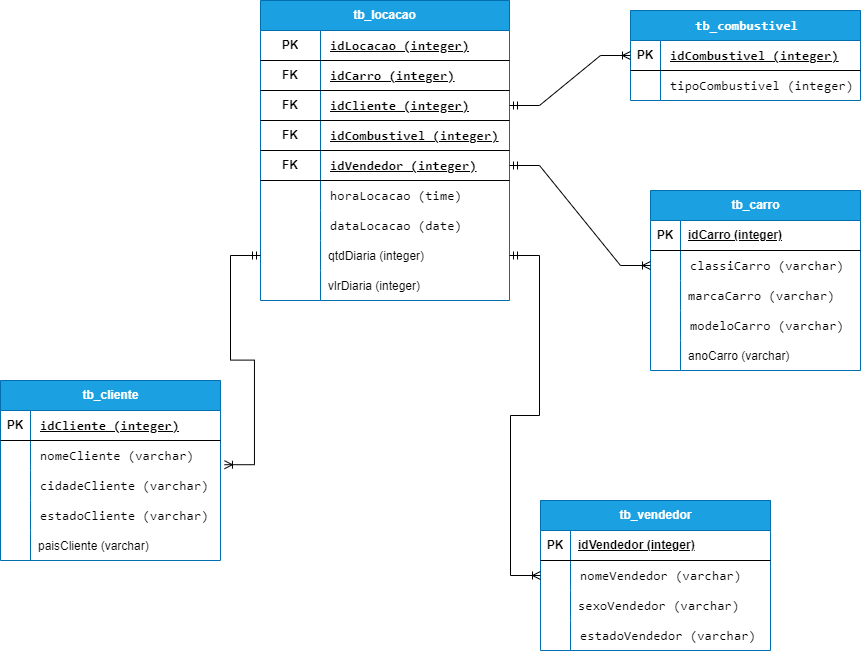
marialaceo/Estagio_Compasso keeps this draw.io diagram as Sprint_02/Desafio/modelo_relacional_fn_logico.drawio.png. Above is the earlier version. Source tidied: cells renumbered, new cells last; positions are measured from the earlier drawing's top-left corner, leaving out a move shared by most shapes.
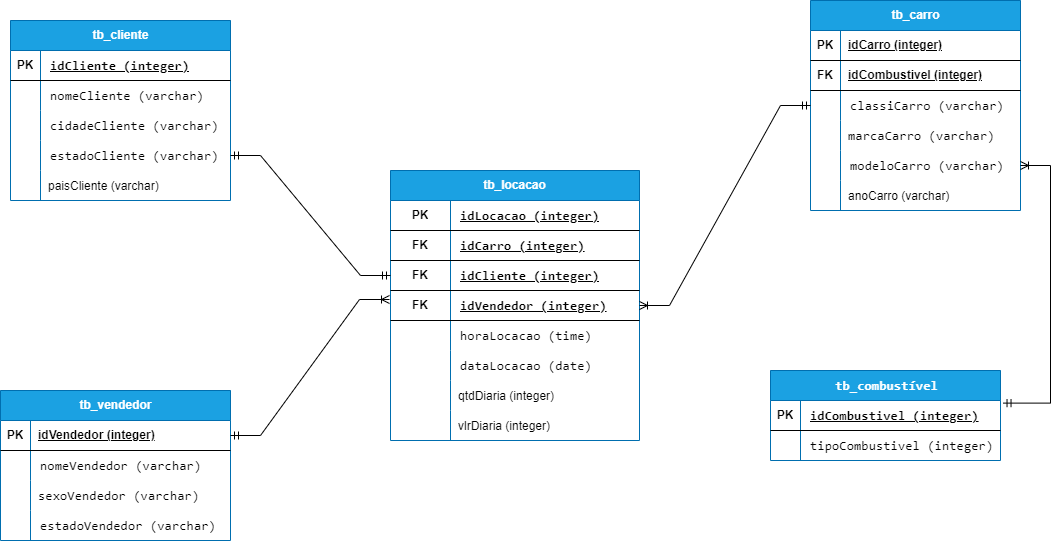
Above is the later version.

The edit, as a diff of the source:
```diff
@@ -3,7 +3,7 @@
     <mxCell id="0" />
     <mxCell id="1" parent="0" />
     <mxCell id="2" value="tb_locacao" style="shape=table;startSize=30;rowLines=0;fontStyle=1;align=center;html=1;whiteSpace=wrap;fillColor=#1ba1e2;fontColor=#ffffff;strokeColor=#006EAF;" parent="1" vertex="1">
-      <mxGeometry x="260" width="249" height="300" as="geometry" />
+      <mxGeometry y="250" width="249" height="270" as="geometry" />
     </mxCell>
     <mxCell id="3" style="shape=tableRow;horizontal=0;startSize=0;swimlaneHead=0;swimlaneBody=0;fillColor=none;top=0;left=0;right=0;bottom=1;" parent="2" vertex="1">
       <mxGeometry y="30" width="249" height="30" as="geometry" />
@@ -32,17 +32,8 @@
     <mxCell id="11" value="&lt;span style=&quot;padding: 0px 0px 0px 2px;&quot;&gt;&lt;span style=&quot;font-family: Consolas; font-size: 10pt; white-space: pre;&quot;&gt;&lt;span style=&quot;background-color: rgb(255, 255, 255);&quot;&gt;idCliente (integer)&lt;/span&gt;&lt;/span&gt;&lt;/span&gt;" style="shape=partialRectangle;fillColor=none;top=0;left=0;bottom=0;right=0;align=left;spacingLeft=6;fontStyle=5;overflow=hidden;whiteSpace=wrap;html=1;fontColor=default;" parent="9" vertex="1">
       <mxGeometry x="60" width="189" height="30" as="geometry" />
     </mxCell>
-    <mxCell id="12" style="shape=tableRow;horizontal=0;startSize=0;swimlaneHead=0;swimlaneBody=0;fillColor=none;top=0;left=0;right=0;bottom=1;" parent="2" vertex="1">
-      <mxGeometry y="120" width="249" height="30" as="geometry" />
-    </mxCell>
-    <mxCell id="13" value="FK" style="shape=partialRectangle;fillColor=none;top=0;left=0;bottom=0;right=0;fontStyle=1;overflow=hidden;whiteSpace=wrap;html=1;" parent="12" vertex="1">
-      <mxGeometry width="60" height="30" as="geometry" />
-    </mxCell>
-    <mxCell id="14" value="&lt;span style=&quot;padding: 0px 0px 0px 2px;&quot;&gt;&lt;span style=&quot;font-family: Consolas; font-size: 10pt; white-space: pre;&quot;&gt;&lt;span style=&quot;background-color: rgb(255, 255, 255);&quot;&gt;idCombustivel (integer)&lt;/span&gt;&lt;/span&gt;&lt;/span&gt;" style="shape=partialRectangle;fillColor=none;top=0;left=0;bottom=0;right=0;align=left;spacingLeft=6;fontStyle=5;overflow=hidden;whiteSpace=wrap;html=1;fontColor=default;" parent="12" vertex="1">
-      <mxGeometry x="60" width="189" height="30" as="geometry" />
-    </mxCell>
     <mxCell id="15" style="shape=tableRow;horizontal=0;startSize=0;swimlaneHead=0;swimlaneBody=0;fillColor=none;points=[[0,0.5],[1,0.5]];portConstraint=eastwest;top=0;left=0;right=0;bottom=1;labelBackgroundColor=#FFFFFF;" parent="2" vertex="1">
-      <mxGeometry y="150" width="249" height="30" as="geometry" />
+      <mxGeometry y="120" width="249" height="30" as="geometry" />
     </mxCell>
     <mxCell id="16" value="FK" style="shape=partialRectangle;fillColor=none;top=0;left=0;bottom=0;right=0;fontStyle=1;overflow=hidden;whiteSpace=wrap;html=1;" parent="15" vertex="1">
       <mxGeometry width="60" height="30" as="geometry" />
@@ -51,7 +42,7 @@
       <mxGeometry x="60" width="189" height="30" as="geometry" />
     </mxCell>
     <mxCell id="18" style="shape=tableRow;horizontal=0;startSize=0;swimlaneHead=0;swimlaneBody=0;fillColor=none;top=0;left=0;right=0;bottom=0;html=1;" parent="2" vertex="1">
-      <mxGeometry y="180" width="249" height="30" as="geometry" />
+      <mxGeometry y="150" width="249" height="30" as="geometry" />
     </mxCell>
     <mxCell id="19" style="shape=partialRectangle;fillColor=none;top=0;left=0;bottom=0;right=0;overflow=hidden;html=1;whiteSpace=wrap;" parent="18" vertex="1">
       <mxGeometry width="60" height="30" as="geometry" />
@@ -60,7 +51,7 @@
       <mxGeometry x="60" width="189" height="30" as="geometry" />
     </mxCell>
     <mxCell id="21" style="shape=tableRow;horizontal=0;startSize=0;swimlaneHead=0;swimlaneBody=0;fillColor=none;top=0;left=0;right=0;bottom=0;html=1;" parent="2" vertex="1">
-      <mxGeometry y="210" width="249" height="30" as="geometry" />
+      <mxGeometry y="180" width="249" height="30" as="geometry" />
     </mxCell>
     <mxCell id="22" style="shape=partialRectangle;fillColor=none;top=0;left=0;bottom=0;right=0;overflow=hidden;html=1;whiteSpace=wrap;" parent="21" vertex="1">
       <mxGeometry width="60" height="30" as="geometry" />
@@ -69,7 +60,7 @@
       <mxGeometry x="60" width="189" height="30" as="geometry" />
     </mxCell>
     <mxCell id="24" style="shape=tableRow;horizontal=0;startSize=0;swimlaneHead=0;swimlaneBody=0;fillColor=none;points=[[0,0.5],[1,0.5]];portConstraint=eastwest;top=0;left=0;right=0;bottom=0;" parent="2" vertex="1">
-      <mxGeometry y="240" width="249" height="30" as="geometry" />
+      <mxGeometry y="210" width="249" height="30" as="geometry" />
     </mxCell>
     <mxCell id="25" style="shape=partialRectangle;fillColor=none;top=0;left=0;bottom=0;right=0;overflow=hidden;" parent="24" vertex="1">
       <mxGeometry width="60" height="30" as="geometry" />
@@ -78,7 +69,7 @@
       <mxGeometry x="60" width="189" height="30" as="geometry" />
     </mxCell>
     <mxCell id="27" style="shape=tableRow;horizontal=0;startSize=0;swimlaneHead=0;swimlaneBody=0;fillColor=none;top=0;left=0;right=0;bottom=0;" parent="2" vertex="1">
-      <mxGeometry y="270" width="249" height="30" as="geometry" />
+      <mxGeometry y="240" width="249" height="30" as="geometry" />
     </mxCell>
     <mxCell id="28" style="shape=partialRectangle;fillColor=none;top=0;left=0;bottom=0;right=0;overflow=hidden;" parent="27" vertex="1">
       <mxGeometry width="60" height="30" as="geometry" />
@@ -87,7 +78,7 @@
       <mxGeometry x="60" width="189" height="30" as="geometry" />
     </mxCell>
     <mxCell id="30" value="&lt;font color=&quot;#ffffff&quot;&gt;tb_cliente&lt;/font&gt;" style="shape=table;startSize=30;rowLines=0;fontStyle=1;align=center;html=1;fillColor=#1ba1e2;fontColor=#000000;strokeColor=#006EAF;" parent="1" vertex="1">
-      <mxGeometry y="380" width="220" height="180" as="geometry" />
+      <mxGeometry x="-380" y="100" width="220" height="180" as="geometry" />
     </mxCell>
     <mxCell id="31" style="shape=tableRow;horizontal=0;startSize=0;swimlaneHead=0;swimlaneBody=0;fillColor=none;top=0;left=0;right=0;bottom=1;" parent="30" vertex="1">
       <mxGeometry y="30" width="220" height="30" as="geometry" />
@@ -134,8 +125,8 @@
     <mxCell id="45" value="paisCliente (varchar)" style="shape=partialRectangle;fillColor=none;top=0;left=0;bottom=0;right=0;align=left;spacingLeft=6;overflow=hidden;" parent="43" vertex="1">
       <mxGeometry x="30" width="190" height="30" as="geometry" />
     </mxCell>
-    <mxCell id="46" value="&lt;span style=&quot;padding: 0px 0px 0px 2px;&quot;&gt;&lt;span style=&quot;font-family: Consolas; font-size: 10pt; white-space: pre;&quot;&gt;&lt;span style=&quot;&quot;&gt;tb_combustivel&lt;/span&gt;&lt;/span&gt;&lt;/span&gt;" style="shape=table;startSize=30;rowLines=0;fontStyle=1;align=center;html=1;fillColor=#1ba1e2;fontColor=#FFFFFF;strokeColor=#006EAF;labelBackgroundColor=none;" parent="1" vertex="1">
-      <mxGeometry x="630" y="10" width="230" height="90" as="geometry" />
+    <mxCell id="46" value="&lt;span style=&quot;padding: 0px 0px 0px 2px;&quot;&gt;&lt;span style=&quot;font-family: Consolas; font-size: 10pt; white-space: pre;&quot;&gt;&lt;span style=&quot;&quot;&gt;tb_combustível&lt;/span&gt;&lt;/span&gt;&lt;/span&gt;" style="shape=table;startSize=30;rowLines=0;fontStyle=1;align=center;html=1;fillColor=#1ba1e2;fontColor=#FFFFFF;strokeColor=#006EAF;labelBackgroundColor=none;" parent="1" vertex="1">
+      <mxGeometry x="380" y="450" width="230" height="90" as="geometry" />
     </mxCell>
     <mxCell id="47" style="shape=tableRow;horizontal=0;startSize=0;swimlaneHead=0;swimlaneBody=0;fillColor=none;points=[[0,0.5],[1,0.5]];portConstraint=eastwest;top=0;left=0;right=0;bottom=1;" parent="46" vertex="1">
       <mxGeometry y="30" width="230" height="30" as="geometry" />
@@ -156,7 +147,7 @@
       <mxGeometry x="30" width="200" height="30" as="geometry" />
     </mxCell>
     <mxCell id="53" value="&lt;font color=&quot;#ffffff&quot;&gt;tb_vendedor&lt;/font&gt;" style="shape=table;startSize=30;rowLines=0;fontStyle=1;align=center;html=1;fillColor=#1ba1e2;fontColor=#000000;strokeColor=#006EAF;" parent="1" vertex="1">
-      <mxGeometry x="540" y="500" width="230" height="150" as="geometry" />
+      <mxGeometry x="-390" y="470" width="230" height="150" as="geometry" />
     </mxCell>
     <mxCell id="54" style="shape=tableRow;horizontal=0;startSize=0;swimlaneHead=0;swimlaneBody=0;fillColor=none;points=[[0,0.5],[1,0.5]];portConstraint=eastwest;top=0;left=0;right=0;bottom=1;" parent="53" vertex="1">
       <mxGeometry y="30" width="230" height="30" as="geometry" />
@@ -195,7 +186,7 @@
       <mxGeometry x="30" width="200" height="30" as="geometry" />
     </mxCell>
     <mxCell id="66" value="&lt;font color=&quot;#ffffff&quot;&gt;tb_carro&lt;/font&gt;" style="shape=table;startSize=30;rowLines=0;fontStyle=1;align=center;html=1;fillColor=#1ba1e2;fontColor=#000000;strokeColor=#006EAF;" parent="1" vertex="1">
-      <mxGeometry x="650" y="190" width="210" height="180" as="geometry" />
+      <mxGeometry x="420" y="80" width="210" height="210" as="geometry" />
     </mxCell>
     <mxCell id="67" style="shape=tableRow;horizontal=0;startSize=0;swimlaneHead=0;swimlaneBody=0;fillColor=none;top=0;left=0;right=0;bottom=1;" parent="66" vertex="1">
       <mxGeometry y="30" width="210" height="30" as="geometry" />
@@ -206,8 +197,17 @@
     <mxCell id="69" value="idCarro (integer)" style="shape=partialRectangle;fillColor=none;top=0;left=0;bottom=0;right=0;align=left;spacingLeft=6;fontStyle=5;overflow=hidden;whiteSpace=wrap;html=1;labelBackgroundColor=none;" parent="67" vertex="1">
       <mxGeometry x="30" width="180" height="30" as="geometry" />
     </mxCell>
+    <mxCell id="86" style="shape=tableRow;horizontal=0;startSize=0;swimlaneHead=0;swimlaneBody=0;fillColor=none;top=0;left=0;right=0;bottom=1;" parent="66" vertex="1">
+      <mxGeometry y="60" width="210" height="30" as="geometry" />
+    </mxCell>
+    <mxCell id="13" value="FK" style="shape=partialRectangle;fillColor=none;top=0;left=0;bottom=0;right=0;fontStyle=1;overflow=hidden;whiteSpace=wrap;html=1;" parent="86" vertex="1">
+      <mxGeometry width="30" height="30" as="geometry" />
+    </mxCell>
+    <mxCell id="14" value="idCombustivel (integer)" style="shape=partialRectangle;fillColor=none;top=0;left=0;bottom=0;right=0;align=left;spacingLeft=6;fontStyle=5;overflow=hidden;whiteSpace=wrap;html=1;" parent="86" vertex="1">
+      <mxGeometry x="30" width="180" height="30" as="geometry" />
+    </mxCell>
     <mxCell id="70" style="shape=tableRow;horizontal=0;startSize=0;swimlaneHead=0;swimlaneBody=0;fillColor=none;points=[[0,0.5],[1,0.5]];portConstraint=eastwest;top=0;left=0;right=0;bottom=0;" parent="66" vertex="1">
-      <mxGeometry y="60" width="210" height="30" as="geometry" />
+      <mxGeometry y="90" width="210" height="30" as="geometry" />
     </mxCell>
     <mxCell id="71" style="shape=partialRectangle;fillColor=none;top=0;left=0;bottom=0;right=0;overflow=hidden;whiteSpace=wrap;html=1;" parent="70" vertex="1">
       <mxGeometry width="30" height="30" as="geometry" />
@@ -216,7 +216,7 @@
       <mxGeometry x="30" width="180" height="30" as="geometry" />
     </mxCell>
     <mxCell id="73" style="shape=tableRow;horizontal=0;startSize=0;swimlaneHead=0;swimlaneBody=0;fillColor=none;top=0;left=0;right=0;bottom=0;" parent="66" vertex="1">
-      <mxGeometry y="90" width="210" height="30" as="geometry" />
+      <mxGeometry y="120" width="210" height="30" as="geometry" />
     </mxCell>
     <mxCell id="74" style="shape=partialRectangle;fillColor=none;top=0;left=0;bottom=0;right=0;overflow=hidden;whiteSpace=wrap;html=1;" parent="73" vertex="1">
       <mxGeometry width="30" height="30" as="geometry" />
@@ -225,7 +225,7 @@
       <mxGeometry x="30" width="180" height="30" as="geometry" />
     </mxCell>
     <mxCell id="76" style="shape=tableRow;horizontal=0;startSize=0;swimlaneHead=0;swimlaneBody=0;fillColor=none;points=[[0,0.5],[1,0.5]];portConstraint=eastwest;top=0;left=0;right=0;bottom=0;" parent="66" vertex="1">
-      <mxGeometry y="120" width="210" height="30" as="geometry" />
+      <mxGeometry y="150" width="210" height="30" as="geometry" />
     </mxCell>
     <mxCell id="77" style="shape=partialRectangle;fillColor=none;top=0;left=0;bottom=0;right=0;overflow=hidden;whiteSpace=wrap;html=1;" parent="76" vertex="1">
       <mxGeometry width="30" height="30" as="geometry" />
@@ -234,7 +234,7 @@
       <mxGeometry x="30" width="180" height="30" as="geometry" />
     </mxCell>
     <mxCell id="79" style="shape=tableRow;horizontal=0;startSize=0;swimlaneHead=0;swimlaneBody=0;fillColor=none;top=0;left=0;right=0;bottom=0;" parent="66" vertex="1">
-      <mxGeometry y="150" width="210" height="30" as="geometry" />
+      <mxGeometry y="180" width="210" height="30" as="geometry" />
     </mxCell>
     <mxCell id="80" style="shape=partialRectangle;fillColor=none;top=0;left=0;bottom=0;right=0;overflow=hidden;" parent="79" vertex="1">
       <mxGeometry width="30" height="30" as="geometry" />
@@ -242,21 +242,66 @@
     <mxCell id="81" value="anoCarro (varchar)" style="shape=partialRectangle;fillColor=none;top=0;left=0;bottom=0;right=0;align=left;spacingLeft=6;overflow=hidden;" parent="79" vertex="1">
       <mxGeometry x="30" width="180" height="30" as="geometry" />
     </mxCell>
-    <mxCell id="82" style="edgeStyle=entityRelationEdgeStyle;fontSize=12;html=1;endArrow=ERoneToMany;startArrow=ERmandOne;rounded=0;entryX=0;entryY=0.5;entryDx=0;entryDy=0;exitX=1;exitY=0.5;exitDx=0;exitDy=0;" parent="1" edge="1" source="9" target="47">
-      <mxGeometry relative="1" as="geometry" />
-    </mxCell>
-    <mxCell id="83" style="edgeStyle=entityRelationEdgeStyle;fontSize=12;html=1;endArrow=ERoneToMany;startArrow=ERmandOne;rounded=0;entryX=0;entryY=0.5;entryDx=0;entryDy=0;exitX=1;exitY=0.5;exitDx=0;exitDy=0;" parent="1" edge="1" source="15" target="70">
-      <mxGeometry relative="1" as="geometry" />
-    </mxCell>
-    <mxCell id="84" style="edgeStyle=entityRelationEdgeStyle;fontSize=12;html=1;endArrow=ERoneToMany;startArrow=ERmandOne;rounded=0;exitX=0;exitY=0.5;exitDx=0;exitDy=0;entryX=1.018;entryY=0.807;entryDx=0;entryDy=0;entryPerimeter=0;" parent="1" edge="1" source="24" target="34">
-      <mxGeometry relative="1" as="geometry">
-        <Array as="points">
-          <mxPoint x="424.7" y="278.2" />
-        </Array>
-      </mxGeometry>
-    </mxCell>
-    <mxCell id="85" style="edgeStyle=entityRelationEdgeStyle;fontSize=12;html=1;endArrow=ERoneToMany;startArrow=ERmandOne;rounded=0;exitX=1;exitY=0.5;exitDx=0;exitDy=0;entryX=0;entryY=0.5;entryDx=0;entryDy=0;" parent="1" edge="1" source="24" target="57">
-      <mxGeometry relative="1" as="geometry" />
-    </mxCell>
+    <mxCell id="87" style="edgeStyle=entityRelationEdgeStyle;fontSize=12;html=1;endArrow=ERoneToMany;startArrow=ERmandOne;rounded=0;entryX=-0.004;entryY=0.3;entryDx=0;entryDy=0;entryPerimeter=0;exitX=1;exitY=0.5;exitDx=0;exitDy=0;" parent="1" edge="1" source="54" target="15">
+      <mxGeometry relative="1" as="geometry">
+        <Array as="points">
+          <mxPoint x="16" y="329" />
+          <mxPoint x="-64" y="259" />
+          <mxPoint x="-64" y="319" />
+          <mxPoint x="-314" y="249" />
+          <mxPoint x="-99" y="219" />
+          <mxPoint x="-254" y="329" />
+          <mxPoint x="-129" y="269" />
+          <mxPoint x="-134" y="269" />
+          <mxPoint x="-84" y="309" />
+          <mxPoint x="-84" y="339" />
+          <mxPoint x="-84" y="209" />
+          <mxPoint x="-124" y="259" />
+        </Array>
+      </mxGeometry>
+    </mxCell>
+    <mxCell id="88" style="edgeStyle=entityRelationEdgeStyle;fontSize=12;html=1;endArrow=ERoneToMany;startArrow=ERmandOne;rounded=0;" parent="1" edge="1" source="70" target="15">
+      <mxGeometry relative="1" as="geometry">
+        <Array as="points">
+          <mxPoint x="420" y="160" />
+          <mxPoint x="455" y="336" />
+          <mxPoint x="-30" y="200" />
+          <mxPoint x="375" y="266" />
+          <mxPoint x="375" y="326" />
+          <mxPoint x="125" y="256" />
+          <mxPoint x="340" y="226" />
+          <mxPoint x="185" y="336" />
+          <mxPoint x="310" y="276" />
+          <mxPoint x="305" y="276" />
+          <mxPoint x="355" y="316" />
+          <mxPoint x="355" y="346" />
+          <mxPoint x="355" y="216" />
+          <mxPoint x="315" y="266" />
+        </Array>
+      </mxGeometry>
+    </mxCell>
+    <mxCell id="89" style="edgeStyle=entityRelationEdgeStyle;fontSize=12;html=1;endArrow=ERmandOne;startArrow=ERmandOne;rounded=0;entryX=0;entryY=0.5;entryDx=0;entryDy=0;exitX=1;exitY=0.5;exitDx=0;exitDy=0;" parent="1" edge="1" source="40" target="9">
+      <mxGeometry relative="1" as="geometry" />
+    </mxCell>
+    <mxCell id="90" style="edgeStyle=entityRelationEdgeStyle;fontSize=12;html=1;endArrow=ERoneToMany;startArrow=ERmandOne;rounded=0;exitX=1.011;exitY=0.087;exitDx=0;exitDy=0;exitPerimeter=0;" parent="1" edge="1" source="47" target="76">
+      <mxGeometry relative="1" as="geometry">
+        <Array as="points">
+          <mxPoint x="680" y="258.2" />
+          <mxPoint x="810" y="328.2" />
+          <mxPoint x="890" y="248.2" />
+          <mxPoint x="810" y="178.2" />
+          <mxPoint x="810" y="238.2" />
+          <mxPoint x="560" y="168.2" />
+          <mxPoint x="775" y="138.2" />
+          <mxPoint x="620" y="248.2" />
+          <mxPoint x="745" y="188.2" />
+          <mxPoint x="740" y="188.2" />
+          <mxPoint x="790" y="228.2" />
+          <mxPoint x="790" y="258.2" />
+          <mxPoint x="790" y="128.2" />
+          <mxPoint x="750" y="178.2" />
+        </Array>
+      </mxGeometry>
+    </mxCell>
   </root>
 </mxGraphModel>
```
